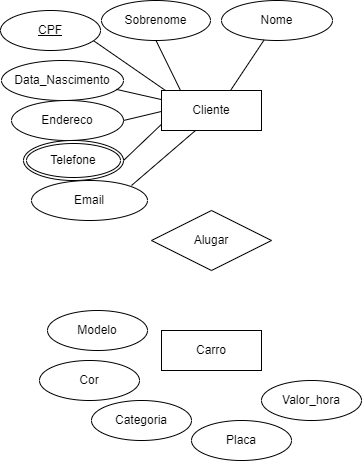
Above: Mapa_BD1.drawio.png in Kelly-Prone/diagramas (draw.io), before the change. Source tidied: cells renumbered, new cells last; positions are measured from the earlier drawing's top-left corner, leaving out a move shared by most shapes.
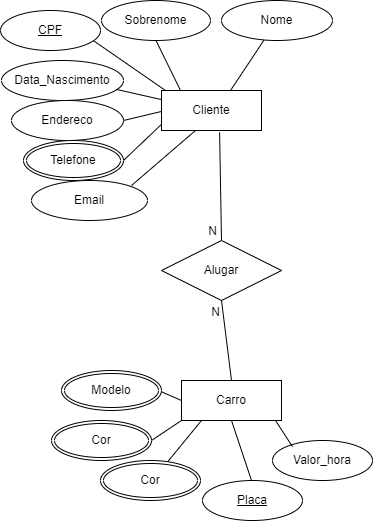
Later version of the same file.

Change to the diagram source:
```diff
@@ -60,7 +60,7 @@
       <mxGeometry x="161" y="90" width="100" height="40" as="geometry" />
     </mxCell>
     <mxCell id="15" value="Carro" style="whiteSpace=wrap;html=1;align=center;" parent="1" vertex="1">
-      <mxGeometry x="161" y="330" width="100" height="40" as="geometry" />
+      <mxGeometry x="181" y="380" width="100" height="40" as="geometry" />
     </mxCell>
     <mxCell id="16" value="Telefone" style="ellipse;shape=doubleEllipse;margin=3;whiteSpace=wrap;html=1;align=center;" parent="1" vertex="1">
       <mxGeometry x="23" y="140" width="100" height="40" as="geometry" />
@@ -69,22 +69,65 @@
       <mxGeometry y="10" width="100" height="40" as="geometry" />
     </mxCell>
     <mxCell id="18" value="Alugar" style="shape=rhombus;perimeter=rhombusPerimeter;whiteSpace=wrap;html=1;align=center;" parent="1" vertex="1">
-      <mxGeometry x="151" y="210" width="120" height="60" as="geometry" />
+      <mxGeometry x="161" y="240" width="120" height="60" as="geometry" />
     </mxCell>
+    <mxCell id="23" value="Valor_hora" style="ellipse;whiteSpace=wrap;html=1;align=center;" parent="1" vertex="1">
+      <mxGeometry x="272" y="440" width="100" height="40" as="geometry" />
+    </mxCell>
+    <mxCell id="22" value="Placa" style="ellipse;whiteSpace=wrap;html=1;align=center;fontStyle=4;" parent="1" vertex="1">
+      <mxGeometry x="202" y="480" width="100" height="40" as="geometry" />
+    </mxCell>
+    <mxCell id="24" style="endArrow=none;html=1;rounded=0;entryX=0.5;entryY=1;entryDx=0;entryDy=0;" parent="1" edge="1" target="15">
+      <mxGeometry relative="1" as="geometry">
+        <mxPoint x="251" y="480" as="sourcePoint" />
+      </mxGeometry>
+    </mxCell>
+    <mxCell id="25" style="endArrow=none;html=1;rounded=0;entryX=0.5;entryY=1;entryDx=0;entryDy=0;exitX=0.2;exitY=0.154;exitDx=0;exitDy=0;exitPerimeter=0;" parent="1" edge="1" source="23">
+      <mxGeometry relative="1" as="geometry">
+        <mxPoint x="275" y="420" as="targetPoint" />
+      </mxGeometry>
+    </mxCell>
+    <mxCell id="26" style="endArrow=none;html=1;rounded=0;entryX=0.5;entryY=1;entryDx=0;entryDy=0;" parent="1" edge="1">
+      <mxGeometry relative="1" as="geometry">
+        <mxPoint x="167.4" y="461" as="sourcePoint" />
+        <mxPoint x="201" y="420" as="targetPoint" />
+      </mxGeometry>
+    </mxCell>
+    <mxCell id="27" style="endArrow=none;html=1;rounded=0;entryX=1;entryY=0.5;entryDx=0;entryDy=0;" parent="1" edge="1">
+      <mxGeometry relative="1" as="geometry">
+        <mxPoint x="181" y="400" as="sourcePoint" />
+        <mxPoint x="158" y="390" as="targetPoint" />
+      </mxGeometry>
+    </mxCell>
+    <mxCell id="28" style="endArrow=none;html=1;rounded=0;entryX=0;entryY=1;entryDx=0;entryDy=0;" parent="1" edge="1" target="15">
+      <mxGeometry relative="1" as="geometry">
+        <mxPoint x="151" y="440" as="sourcePoint" />
+      </mxGeometry>
+    </mxCell>
+    <mxCell id="29" style="endArrow=none;html=1;rounded=0;entryX=0.5;entryY=0;entryDx=0;entryDy=0;exitX=0.581;exitY=1.046;exitDx=0;exitDy=0;exitPerimeter=0;" parent="1" edge="1" source="14" target="18">
+      <mxGeometry relative="1" as="geometry" />
+    </mxCell>
+    <mxCell id="30" value="N" style="html=1;whiteSpace=wrap;align=right;verticalAlign=bottom;" parent="29" vertex="1">
+      <mxGeometry x="1" relative="1" as="geometry">
+        <mxPoint x="-3" as="offset" />
+      </mxGeometry>
+    </mxCell>
+    <mxCell id="31" style="endArrow=none;html=1;rounded=0;entryX=0.5;entryY=1;entryDx=0;entryDy=0;exitX=0.5;exitY=0;exitDx=0;exitDy=0;" parent="1" edge="1" source="15" target="18">
+      <mxGeometry relative="1" as="geometry" />
+    </mxCell>
+    <mxCell id="32" value="N" style="html=1;whiteSpace=wrap;align=right;verticalAlign=bottom;" parent="31" vertex="1">
+      <mxGeometry x="1" relative="1" as="geometry">
+        <mxPoint y="20" as="offset" />
+      </mxGeometry>
+    </mxCell>
-    <mxCell id="19" value="Modelo" style="ellipse;whiteSpace=wrap;html=1;align=center;" parent="1" vertex="1">
-      <mxGeometry x="47" y="310" width="100" height="40" as="geometry" />
+    <mxCell id="19" value="Modelo" style="ellipse;shape=doubleEllipse;margin=3;whiteSpace=wrap;html=1;align=center;" parent="1" vertex="1">
+      <mxGeometry x="61" y="370" width="100" height="40" as="geometry" />
     </mxCell>
-    <mxCell id="20" value="Cor" style="ellipse;whiteSpace=wrap;html=1;align=center;" parent="1" vertex="1">
-      <mxGeometry x="39" y="360" width="100" height="40" as="geometry" />
-    </mxCell>
-    <mxCell id="21" value="Categoria" style="ellipse;whiteSpace=wrap;html=1;align=center;" parent="1" vertex="1">
-      <mxGeometry x="91" y="400" width="100" height="40" as="geometry" />
-    </mxCell>
-    <mxCell id="22" value="Placa" style="ellipse;whiteSpace=wrap;html=1;align=center;" parent="1" vertex="1">
-      <mxGeometry x="191" y="420" width="100" height="40" as="geometry" />
-    </mxCell>
-    <mxCell id="23" value="Valor_hora" style="ellipse;whiteSpace=wrap;html=1;align=center;" parent="1" vertex="1">
-      <mxGeometry x="261" y="380" width="100" height="40" as="geometry" />
-    </mxCell>
+    <mxCell id="33" value="Cor" style="ellipse;shape=doubleEllipse;margin=3;whiteSpace=wrap;html=1;align=center;" parent="1" vertex="1">
+      <mxGeometry x="51" y="420" width="100" height="40" as="geometry" />
+    </mxCell>
+    <mxCell id="34" value="Cor" style="ellipse;shape=doubleEllipse;margin=3;whiteSpace=wrap;html=1;align=center;" parent="1" vertex="1">
+      <mxGeometry x="100" y="460" width="100" height="40" as="geometry" />
+    </mxCell>
   </root>
 </mxGraphModel>
```
